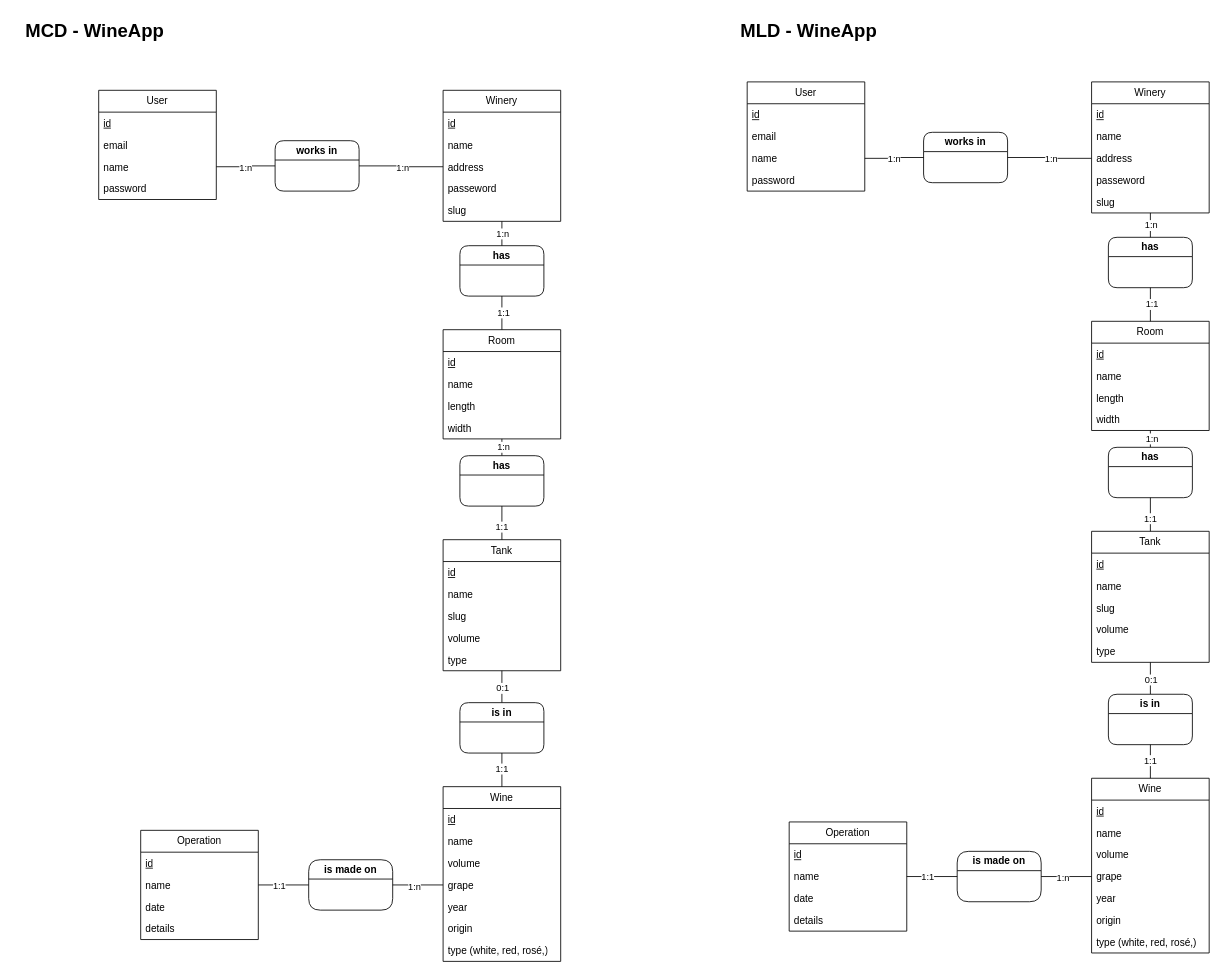
Earlier version of the draw.io diagram DB_Structure.drawio (waina-wines/cellar-manager). Source tidied: cells renumbered, new cells numbered last; positions are measured from the earlier drawing's top-left corner, leaving out a move shared by most shapes. Both pictures are drawn from the tidied source at 84%, with x=0, y=0 at pixel (14, 14).
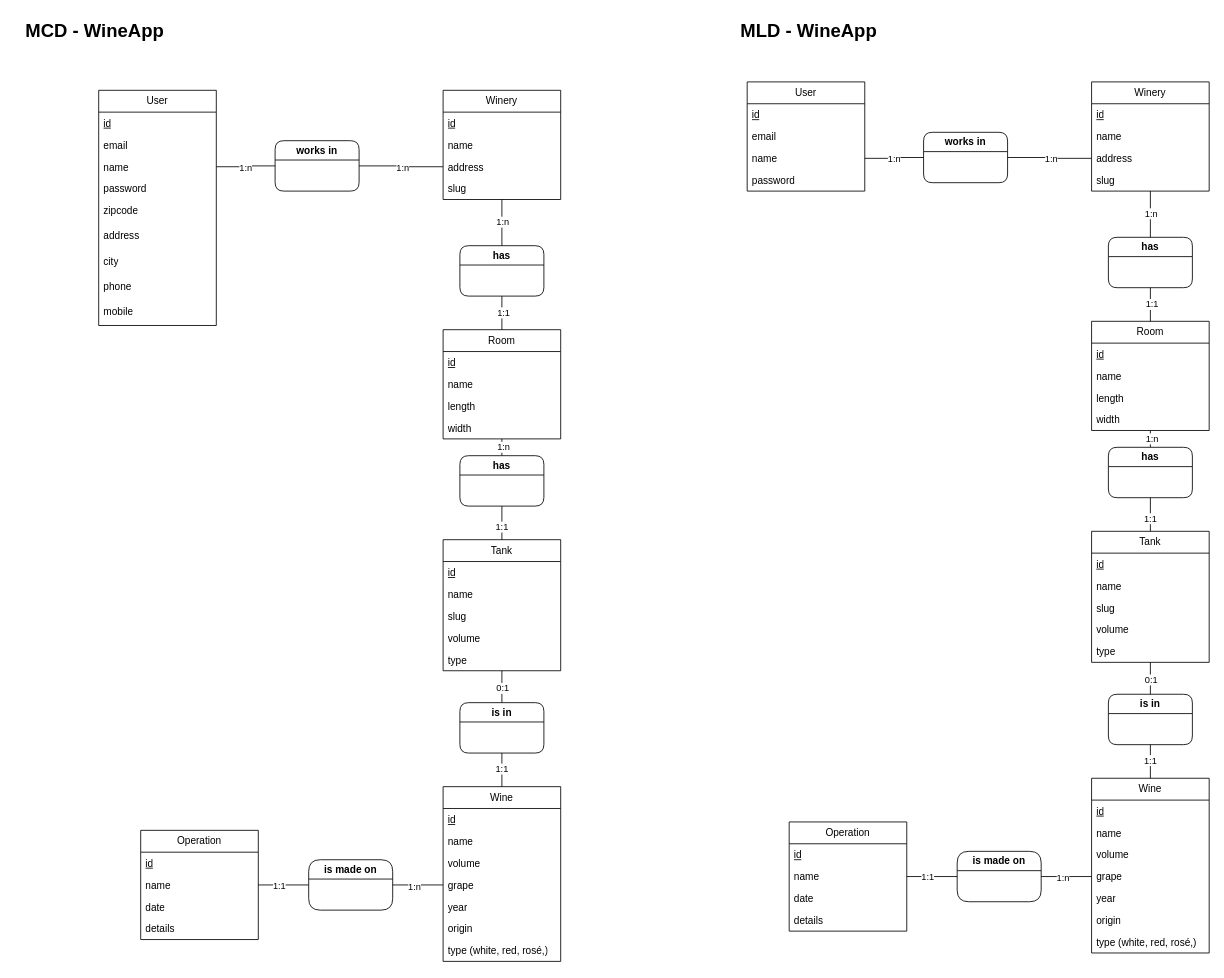
Above is the later version.

Commit message:
Mettre à jour DB_Structure.drawio

The edit, as a diff of the source:
```diff
@@
     <mxCell id="17" value="User" style="swimlane;fontStyle=0;horizontal=1;startSize=26;fillColor=none;whiteSpace=wrap;html=1;" parent="1" vertex="1">
-      <mxGeometry x="100" y="90" width="140" height="130" as="geometry" />
+      <mxGeometry x="100" y="90" width="140" height="280" as="geometry" />
     </mxCell>
@@
+    <mxCell id="124" value="zipcode" style="text;strokeColor=none;fillColor=none;spacingLeft=4;spacingRight=4;overflow=hidden;fontSize=12;whiteSpace=wrap;html=1;" parent="17" vertex="1">
+      <mxGeometry y="130" width="140" height="30" as="geometry" />
+    </mxCell>
+    <mxCell id="125" value="address" style="text;strokeColor=none;fillColor=none;spacingLeft=4;spacingRight=4;overflow=hidden;fontSize=12;whiteSpace=wrap;html=1;" parent="17" vertex="1">
+      <mxGeometry y="160" width="140" height="30" as="geometry" />
+    </mxCell>
+    <mxCell id="126" value="city" style="text;strokeColor=none;fillColor=none;spacingLeft=4;spacingRight=4;overflow=hidden;fontSize=12;whiteSpace=wrap;html=1;" parent="17" vertex="1">
+      <mxGeometry y="190" width="140" height="30" as="geometry" />
+    </mxCell>
+    <mxCell id="127" value="phone" style="text;strokeColor=none;fillColor=none;spacingLeft=4;spacingRight=4;overflow=hidden;fontSize=12;whiteSpace=wrap;html=1;" parent="17" vertex="1">
+      <mxGeometry y="220" width="140" height="30" as="geometry" />
+    </mxCell>
+    <mxCell id="128" value="mobile" style="text;strokeColor=none;fillColor=none;spacingLeft=4;spacingRight=4;overflow=hidden;fontSize=12;whiteSpace=wrap;html=1;" parent="17" vertex="1">
+      <mxGeometry y="250" width="140" height="30" as="geometry" />
+    </mxCell>
     <mxCell id="22" value="Winery" style="swimlane;fontStyle=0;horizontal=1;startSize=26;fillColor=none;whiteSpace=wrap;html=1;" parent="1" vertex="1">
-      <mxGeometry x="510" y="90" width="140" height="156" as="geometry" />
+      <mxGeometry x="510" y="90" width="140" height="130" as="geometry" />
     </mxCell>
@@
-    <mxCell id="26" value="passeword" style="text;strokeColor=none;fillColor=none;align=left;verticalAlign=top;spacingLeft=4;spacingRight=4;overflow=hidden;whiteSpace=wrap;html=1;" parent="22" vertex="1">
-      <mxGeometry y="104" width="140" height="26" as="geometry" />
-    </mxCell>
     <mxCell id="27" value="slug" style="text;strokeColor=none;fillColor=none;align=left;verticalAlign=top;spacingLeft=4;spacingRight=4;overflow=hidden;whiteSpace=wrap;html=1;" parent="22" vertex="1">
-      <mxGeometry y="130" width="140" height="26" as="geometry" />
+      <mxGeometry y="104" width="140" height="26" as="geometry" />
     </mxCell>
@@
     <mxCell id="84" value="Winery" style="swimlane;fontStyle=0;horizontal=1;startSize=26;fillColor=none;whiteSpace=wrap;html=1;" parent="1" vertex="1">
-      <mxGeometry x="1282" y="80" width="140" height="156" as="geometry" />
+      <mxGeometry x="1282" y="80" width="140" height="130" as="geometry" />
     </mxCell>
@@
-    <mxCell id="88" value="passeword" style="text;strokeColor=none;fillColor=none;align=left;verticalAlign=top;spacingLeft=4;spacingRight=4;overflow=hidden;whiteSpace=wrap;html=1;" parent="84" vertex="1">
-      <mxGeometry y="104" width="140" height="26" as="geometry" />
-    </mxCell>
     <mxCell id="89" value="slug" style="text;strokeColor=none;fillColor=none;align=left;verticalAlign=top;spacingLeft=4;spacingRight=4;overflow=hidden;whiteSpace=wrap;html=1;" parent="84" vertex="1">
-      <mxGeometry y="130" width="140" height="26" as="geometry" />
+      <mxGeometry y="104" width="140" height="26" as="geometry" />
     </mxCell>
```
